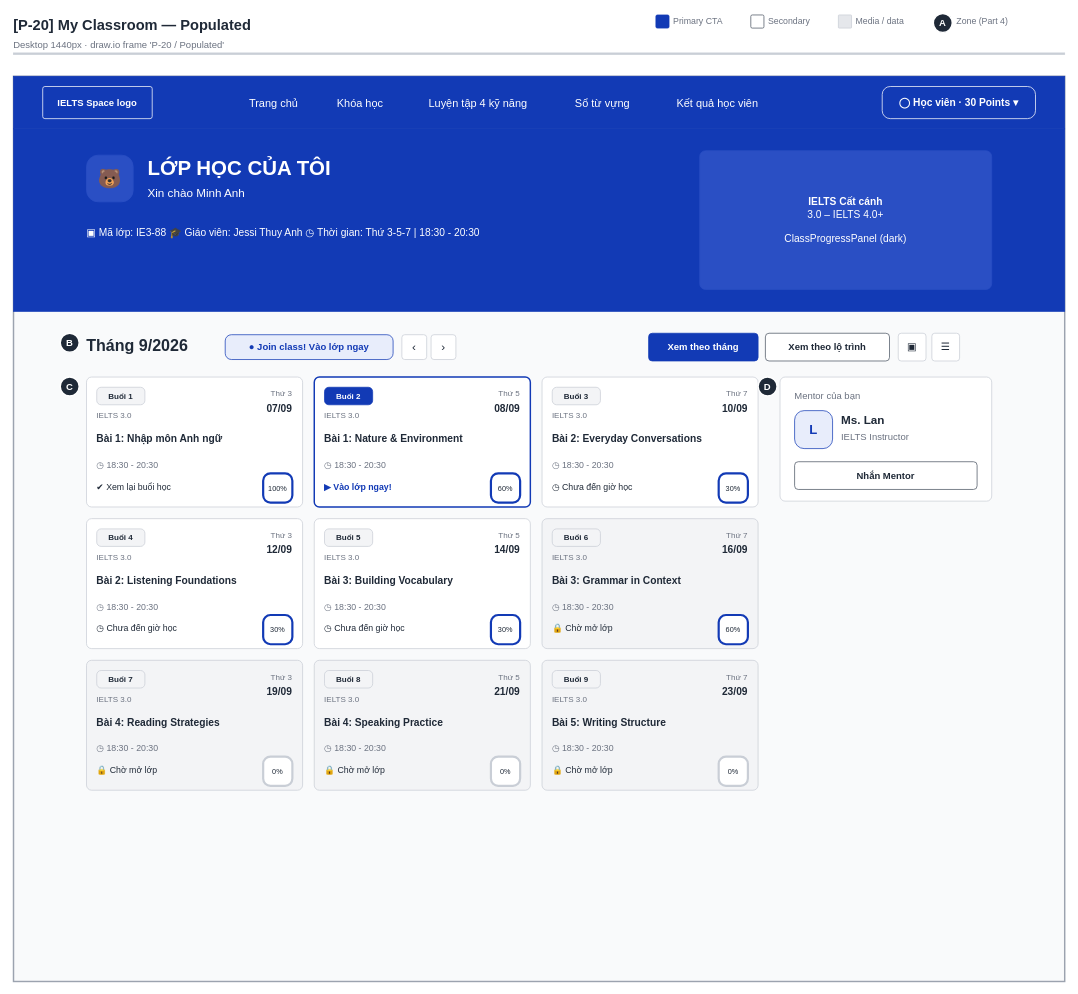
IeltsPath-Platform/docs keeps this draw.io diagram as wireframes/screens/P-20_MyClassroom.drawio. Above is the earlier version. Source tidied: cells renumbered, new cells numbered last; positions are measured from the earlier drawing's top-left corner, leaving out a move shared by most shapes. Both pictures are drawn from the tidied source at 73%, with x=0, y=0 at pixel (13, 13).
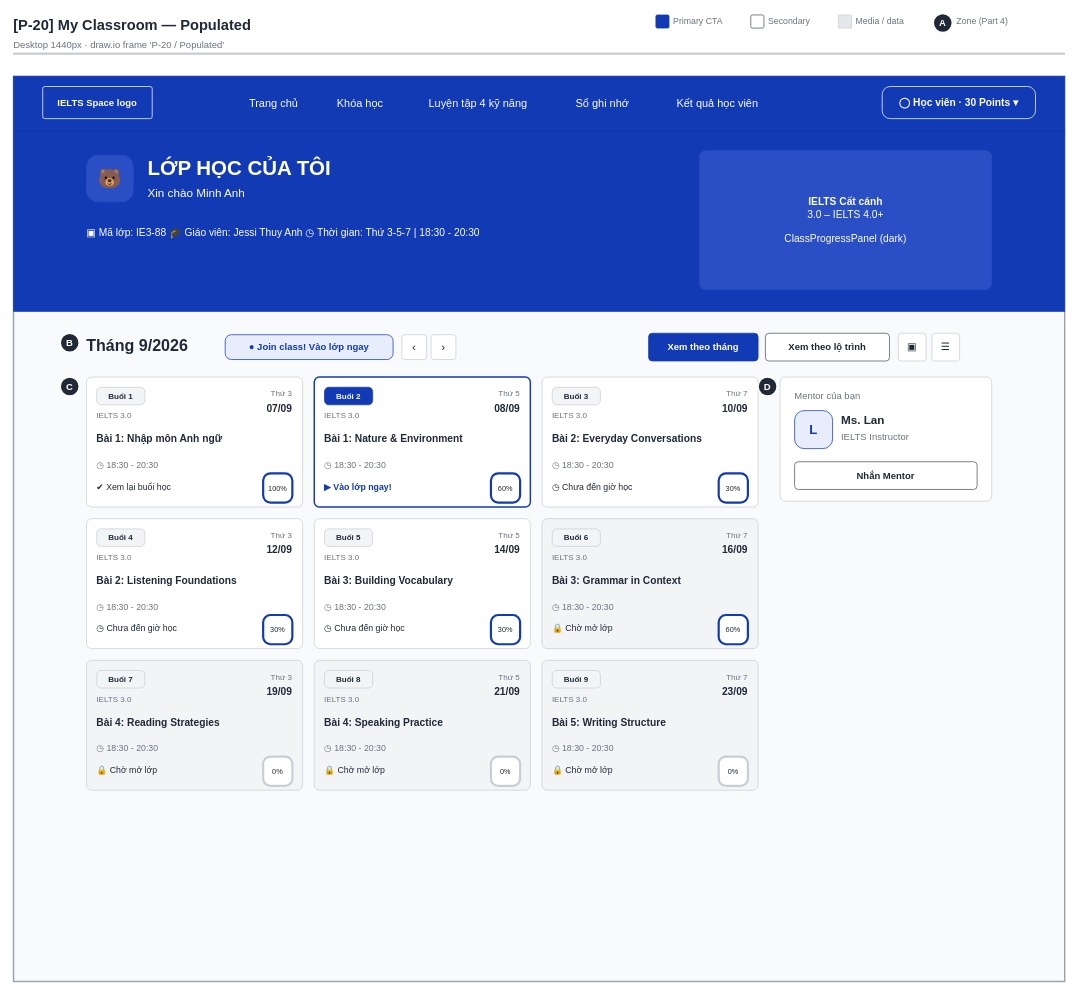
The same page after the edit.

The edit, as a diff of the source:
```diff
@@
-    <mxCell id="19" value="Sổ từ vựng" style="text;html=1;whiteSpace=wrap;align=center;verticalAlign=middle;fontFamily=Arial;fontSize=15;fontColor=#FFFFFF;fontStyle=0;spacing=0;" parent="1" vertex="1">
+    <mxCell id="19" value="Sổ ghi nhớ" style="text;html=1;whiteSpace=wrap;align=center;verticalAlign=middle;fontFamily=Arial;fontSize=15;fontColor=#FFFFFF;fontStyle=0;spacing=0;" parent="1" vertex="1">
       <mxGeometry x="746" y="102" width="122" height="40" as="geometry" />
     </mxCell>
```
